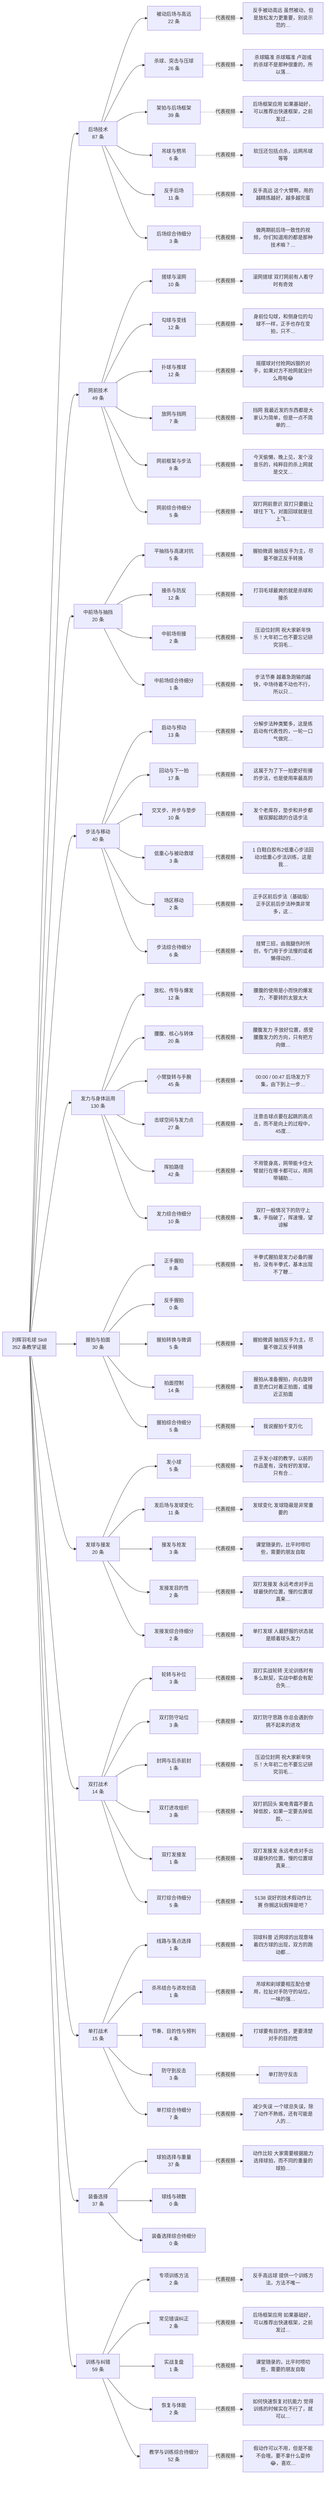
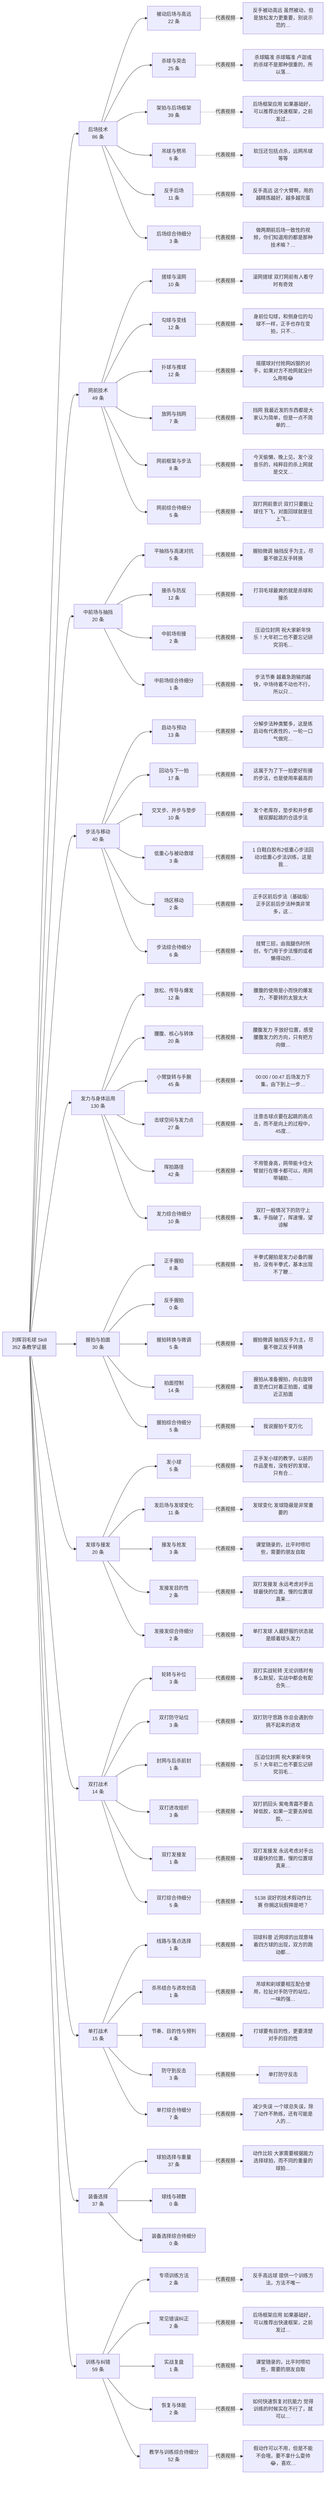
flowchart LR
  root["刘辉羽毛球 Skill<br/>352 条教学证据"]
-   c0["后场技术<br/>87 条"]
+   c0["后场技术<br/>86 条"]
  root --> c0
  s0_0["被动后场与高远<br/>22 条"]
  c0 --> s0_0
  v0_0["反手被动高远 虽然被动，但是放松发力更重要，别说示范的…"]
  s0_0 -.代表视频.-> v0_0
-   s0_1["杀球、突击与压球<br/>26 条"]
+   s0_1["杀球与突击<br/>25 条"]
  c0 --> s0_1
  v0_1["杀球瞄准 杀球瞄准 卢迦彧的杀球不是那种很重的，所以落…"]
  s0_1 -.代表视频.-> v0_1
  s0_2["架拍与后场框架<br/>39 条"]
  c0 --> s0_2
  v0_2["后场框架应用 如果基础好，可以推荐出快速框架，之前发过…"]
  s0_2 -.代表视频.-> v0_2
  s0_3["吊球与劈吊<br/>6 条"]
  c0 --> s0_3
  v0_3["软压还包括点杀，远网吊球等等"]
  s0_3 -.代表视频.-> v0_3
  s0_4["反手后场<br/>11 条"]
  c0 --> s0_4
  v0_4["反手高远 这个大臂啊，用的越精炼越好，越多越完蛋"]
  s0_4 -.代表视频.-> v0_4
  s0_5["后场综合待细分<br/>3 条"]
  c0 --> s0_5
  v0_5["做两期前后场一致性的视频，你们知道用的都是那种技术嘛？…"]
  s0_5 -.代表视频.-> v0_5
  c1["网前技术<br/>49 条"]
  root --> c1
  s1_0["搓球与滚网<br/>10 条"]
  c1 --> s1_0
  v1_0["滚网搓球 双打网前有人看守时有奇效"]
  s1_0 -.代表视频.-> v1_0
  s1_1["勾球与变线<br/>12 条"]
  c1 --> s1_1
  v1_1["身前位勾球，和侧身位的勾球不一样，正手也存在变拍，只不…"]
  s1_1 -.代表视频.-> v1_1
  s1_2["扑球与推球<br/>12 条"]
  c1 --> s1_2
  v1_2["摇摆球对付抢网凶狠的对手，如果对方不抢网就没什么用啦😂"]
  s1_2 -.代表视频.-> v1_2
  s1_3["放网与挡网<br/>7 条"]
  c1 --> s1_3
  v1_3["挡网 我最近发的东西都是大家认为简单，但是一点不简单的…"]
  s1_3 -.代表视频.-> v1_3
  s1_4["网前框架与步法<br/>8 条"]
  c1 --> s1_4
  v1_4["今天偷懒，晚上见，发个没音乐的，纯粹目的杀上网就是交叉…"]
  s1_4 -.代表视频.-> v1_4
  s1_5["网前综合待细分<br/>5 条"]
  c1 --> s1_5
  v1_5["双打网前意识 双打只要能让球往下飞，对面回球就是往上飞…"]
  s1_5 -.代表视频.-> v1_5
  c2["中前场与抽挡<br/>20 条"]
  root --> c2
  s2_0["平抽挡与高速对抗<br/>5 条"]
  c2 --> s2_0
  v2_0["握拍微调 抽挡反手为主，尽量不做正反手转换"]
  s2_0 -.代表视频.-> v2_0
  s2_1["接杀与防反<br/>12 条"]
  c2 --> s2_1
  v2_1["打羽毛球最爽的就是杀球和接杀"]
  s2_1 -.代表视频.-> v2_1
  s2_2["中前场衔接<br/>2 条"]
  c2 --> s2_2
  v2_2["压迫位封网 祝大家新年快乐！大年初二也不要忘记研究羽毛…"]
  s2_2 -.代表视频.-> v2_2
  s2_3["中前场综合待细分<br/>1 条"]
  c2 --> s2_3
  v2_3["步法节奏 越着急跑输的越快，中场待着不动也不行，所以只…"]
  s2_3 -.代表视频.-> v2_3
  c3["步法与移动<br/>40 条"]
  root --> c3
  s3_0["启动与预动<br/>13 条"]
  c3 --> s3_0
  v3_0["分解步法种类繁多，这是练启动有代表性的，一轮一口气做完…"]
  s3_0 -.代表视频.-> v3_0
  s3_1["回动与下一拍<br/>17 条"]
  c3 --> s3_1
  v3_1["这属于为了下一拍更好衔接的步法，也是使用率最高的"]
  s3_1 -.代表视频.-> v3_1
  s3_2["交叉步、并步与垫步<br/>10 条"]
  c3 --> s3_2
  v3_2["发个老库存，垫步和并步都接双脚起跳的合适步法"]
  s3_2 -.代表视频.-> v3_2
  s3_3["低重心与被动救球<br/>3 条"]
  c3 --> s3_3
  v3_3["1 白鞋白胶布2低重心步法回动3低重心步法训练，这是我…"]
  s3_3 -.代表视频.-> v3_3
  s3_4["场区移动<br/>2 条"]
  c3 --> s3_4
  v3_4["正手区前后步法（基础版） 正手区前后步法种类非常多，这…"]
  s3_4 -.代表视频.-> v3_4
  s3_5["步法综合待细分<br/>6 条"]
  c3 --> s3_5
  v3_5["挂臂三招，由我腿伤时所创，专门用于步法慢的或者懒得动的…"]
  s3_5 -.代表视频.-> v3_5
  c4["发力与身体运用<br/>130 条"]
  root --> c4
  s4_0["放松、传导与爆发<br/>12 条"]
  c4 --> s4_0
  v4_0["腰腹的使用是小而快的爆发力，不要转的太狠太大"]
  s4_0 -.代表视频.-> v4_0
  s4_1["腰腹、核心与转体<br/>20 条"]
  c4 --> s4_1
  v4_1["腰腹发力 手放好位置，感受腰腹发力的方向，只有把方向做…"]
  s4_1 -.代表视频.-> v4_1
  s4_2["小臂旋转与手腕<br/>45 条"]
  c4 --> s4_2
  v4_2["00:00 / 00:47 后场发力下集，由下到上一步…"]
  s4_2 -.代表视频.-> v4_2
  s4_3["击球空间与发力点<br/>27 条"]
  c4 --> s4_3
  v4_3["注意击球点要在起跳的高点击，而不是向上的过程中，45度…"]
  s4_3 -.代表视频.-> v4_3
  s4_4["挥拍路径<br/>42 条"]
  c4 --> s4_4
  v4_4["不用管身高，网带能卡住大臂就行在哪卡都可以，用网带辅助…"]
  s4_4 -.代表视频.-> v4_4
  s4_5["发力综合待细分<br/>10 条"]
  c4 --> s4_5
  v4_5["双打一般情况下的防守上集，手指破了，挥速慢，望谅解"]
  s4_5 -.代表视频.-> v4_5
  c5["握拍与拍面<br/>30 条"]
  root --> c5
  s5_0["正手握拍<br/>8 条"]
  c5 --> s5_0
  v5_0["半拳式握拍是发力必备的握拍，没有半拳式，基本出现不了鞭…"]
  s5_0 -.代表视频.-> v5_0
  s5_1["反手握拍<br/>0 条"]
  c5 --> s5_1
  s5_2["握拍转换与微调<br/>5 条"]
  c5 --> s5_2
  v5_2["握拍微调 抽挡反手为主，尽量不做正反手转换"]
  s5_2 -.代表视频.-> v5_2
  s5_3["拍面控制<br/>14 条"]
  c5 --> s5_3
  v5_3["握拍从准备握拍，向右旋转直至虎口对着正拍面，或接近正拍面"]
  s5_3 -.代表视频.-> v5_3
  s5_4["握拍综合待细分<br/>5 条"]
  c5 --> s5_4
  v5_4["我说握拍千变万化"]
  s5_4 -.代表视频.-> v5_4
  c6["发球与接发<br/>20 条"]
  root --> c6
  s6_0["发小球<br/>5 条"]
  c6 --> s6_0
  v6_0["正手发小球的教学，以前的作品里有，没有好的发球，只有合…"]
  s6_0 -.代表视频.-> v6_0
  s6_1["发后场与发球变化<br/>11 条"]
  c6 --> s6_1
  v6_1["发球变化 发球隐蔽是非常重要的"]
  s6_1 -.代表视频.-> v6_1
  s6_2["接发与抢发<br/>3 条"]
  c6 --> s6_2
  v6_2["课堂随录的，比平时唠叨些，需要的朋友自取"]
  s6_2 -.代表视频.-> v6_2
  s6_3["发接发目的性<br/>2 条"]
  c6 --> s6_3
  v6_3["双打发接发 永远考虑对手出球最快的位置，慢的位置球真来…"]
  s6_3 -.代表视频.-> v6_3
  s6_4["发接发综合待细分<br/>2 条"]
  c6 --> s6_4
  v6_4["单打发球 人最舒服的状态就是顺着球头发力"]
  s6_4 -.代表视频.-> v6_4
  c7["双打战术<br/>14 条"]
  root --> c7
  s7_0["轮转与补位<br/>3 条"]
  c7 --> s7_0
  v7_0["双打实战轮转 无论训练时有多么默契，实战中都会有配合失…"]
  s7_0 -.代表视频.-> v7_0
  s7_1["双打防守站位<br/>3 条"]
  c7 --> s7_1
  v7_1["双打防守思路 你总会遇到你挑不起来的进攻"]
  s7_1 -.代表视频.-> v7_1
  s7_2["封网与后杀前封<br/>1 条"]
  c7 --> s7_2
  v7_2["压迫位封网 祝大家新年快乐！大年初二也不要忘记研究羽毛…"]
  s7_2 -.代表视频.-> v7_2
  s7_3["双打进攻组织<br/>3 条"]
  c7 --> s7_3
  v7_3["双打抓回头 紫电青霜不要去掉低胶，如果一定要去掉低胶，…"]
  s7_3 -.代表视频.-> v7_3
  s7_4["双打发接发<br/>1 条"]
  c7 --> s7_4
  v7_4["双打发接发 永远考虑对手出球最快的位置，慢的位置球真来…"]
  s7_4 -.代表视频.-> v7_4
  s7_5["双打综合待细分<br/>5 条"]
  c7 --> s7_5
  v7_5["5138 说好的技术假动作比赛 你搁这玩假摔是吧？"]
  s7_5 -.代表视频.-> v7_5
  c8["单打战术<br/>15 条"]
  root --> c8
  s8_0["线路与落点选择<br/>1 条"]
  c8 --> s8_0
  v8_0["羽球科普 近网球的出现意味着四方球的出现，双方的跑动都…"]
  s8_0 -.代表视频.-> v8_0
  s8_1["杀吊结合与进攻创造<br/>1 条"]
  c8 --> s8_1
  v8_1["吊球和刹球要相互配合使用，拉扯对手防守的站位，一味的强…"]
  s8_1 -.代表视频.-> v8_1
  s8_2["节奏、目的性与预判<br/>4 条"]
  c8 --> s8_2
  v8_2["打球要有目的性，更要清楚对手的目的性"]
  s8_2 -.代表视频.-> v8_2
  s8_3["防守到反击<br/>3 条"]
  c8 --> s8_3
  v8_3["单打防守反击"]
  s8_3 -.代表视频.-> v8_3
  s8_4["单打综合待细分<br/>7 条"]
  c8 --> s8_4
  v8_4["减少失误 一个球总失误，除了动作不熟练，还有可能是人的…"]
  s8_4 -.代表视频.-> v8_4
  c9["装备选择<br/>37 条"]
  root --> c9
  s9_0["球拍选择与重量<br/>37 条"]
  c9 --> s9_0
  v9_0["动作比较 大家需要根据能力选择球拍，而不同的重量的球拍…"]
  s9_0 -.代表视频.-> v9_0
  s9_1["球线与磅数<br/>0 条"]
  c9 --> s9_1
  s9_2["装备选择综合待细分<br/>0 条"]
  c9 --> s9_2
  c10["训练与纠错<br/>59 条"]
  root --> c10
  s10_0["专项训练方法<br/>2 条"]
  c10 --> s10_0
  v10_0["反手高远球 提供一个训练方法，方法不唯一"]
  s10_0 -.代表视频.-> v10_0
  s10_1["常见错误纠正<br/>2 条"]
  c10 --> s10_1
  v10_1["后场框架应用 如果基础好，可以推荐出快速框架，之前发过…"]
  s10_1 -.代表视频.-> v10_1
  s10_2["实战复盘<br/>1 条"]
  c10 --> s10_2
  v10_2["课堂随录的，比平时唠叨些，需要的朋友自取"]
  s10_2 -.代表视频.-> v10_2
  s10_3["恢复与体能<br/>2 条"]
  c10 --> s10_3
  v10_3["如何快速恢复对抗能力 觉得训练的时候实在不行了，就可以…"]
  s10_3 -.代表视频.-> v10_3
  s10_4["教学与训练综合待细分<br/>52 条"]
  c10 --> s10_4
  v10_4["假动作可以不用，但是不能不会哦，要不拿什么耍帅😂，喜欢…"]
  s10_4 -.代表视频.-> v10_4
